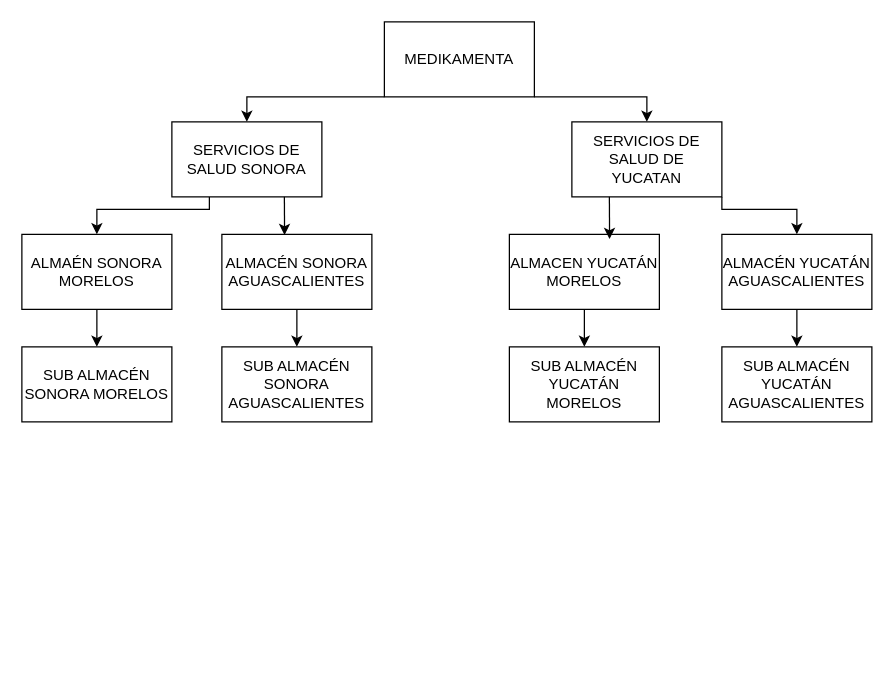
This is TraspasosF2WMS.drawio from ErnestoDanielTafoyaMolinaCYM/clases-cat-cym, a draw.io file, before an edit. Source tidied: cells renumbered, new cells numbered last; positions are measured from the earlier drawing's top-left corner, leaving out a move shared by most shapes. Both pictures are drawn from the tidied source at 125%, with x=0, y=0 at pixel (21, 21).
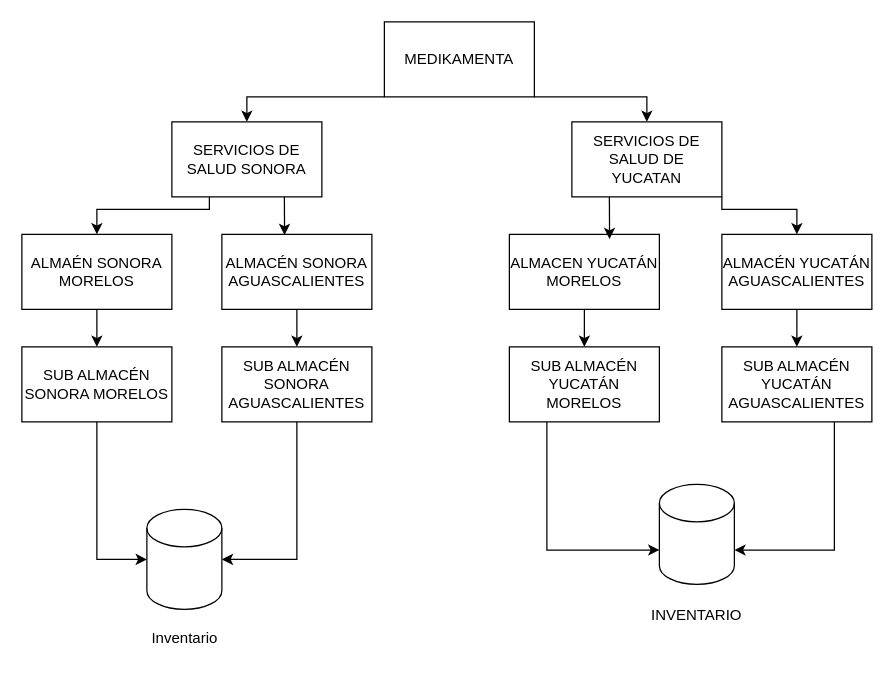
The same page after the edit.

The change refers to these unchanged cells:
```xml
<mxCell id="17" value="SUB ALMACÉN SONORA MORELOS" style="rounded=0;whiteSpace=wrap;html=1;" parent="1" vertex="1">
  <mxGeometry y="260" width="120" height="60" as="geometry" />
</mxCell>
<mxCell id="18" value="SUB ALMACÉN SONORA AGUASCALIENTES" style="rounded=0;whiteSpace=wrap;html=1;" parent="1" vertex="1">
  <mxGeometry x="160" y="260" width="120" height="60" as="geometry" />
</mxCell>
<mxCell id="19" value="SUB ALMACÉN YUCATÁN MORELOS" style="rounded=0;whiteSpace=wrap;html=1;" parent="1" vertex="1">
  <mxGeometry x="390" y="260" width="120" height="60" as="geometry" />
</mxCell>
<mxCell id="20" value="SUB ALMACÉN YUCATÁN AGUASCALIENTES" style="rounded=0;whiteSpace=wrap;html=1;" parent="1" vertex="1">
  <mxGeometry x="560" y="260" width="120" height="60" as="geometry" />
</mxCell>
```

What changed in the source:
```diff
@@
+    <mxCell id="23" style="shape=cylinder3;whiteSpace=wrap;html=1;boundedLbl=1;backgroundOutline=1;size=15;" parent="1" vertex="1">
+      <mxGeometry x="510" y="370" width="60" height="80" as="geometry" />
+    </mxCell>
+    <mxCell id="24" style="shape=cylinder3;whiteSpace=wrap;html=1;boundedLbl=1;backgroundOutline=1;size=15;" parent="1" vertex="1">
+      <mxGeometry x="100" y="390" width="60" height="80" as="geometry" />
+    </mxCell>
+    <mxCell id="25" style="edgeStyle=orthogonalEdgeStyle;rounded=0;jettySize=auto;html=1;exitX=0.5;exitY=1;exitDx=0;exitDy=0;entryX=1;entryY=0.5;entryDx=0;entryDy=0;entryPerimeter=0;" parent="1" edge="1" source="18" target="24">
+      <mxGeometry relative="1" as="geometry" />
+    </mxCell>
+    <mxCell id="26" style="edgeStyle=orthogonalEdgeStyle;rounded=0;jettySize=auto;html=1;exitX=0.5;exitY=1;exitDx=0;exitDy=0;entryX=0;entryY=0.5;entryDx=0;entryDy=0;entryPerimeter=0;" parent="1" edge="1" source="17" target="24">
+      <mxGeometry relative="1" as="geometry" />
+    </mxCell>
+    <mxCell id="27" style="edgeStyle=orthogonalEdgeStyle;rounded=0;jettySize=auto;html=1;exitX=0.75;exitY=1;exitDx=0;exitDy=0;entryX=1;entryY=0;entryDx=0;entryDy=52.5;entryPerimeter=0;" parent="1" edge="1" source="20" target="23">
+      <mxGeometry relative="1" as="geometry" />
+    </mxCell>
+    <mxCell id="28" style="edgeStyle=orthogonalEdgeStyle;rounded=0;jettySize=auto;html=1;exitX=0.25;exitY=1;exitDx=0;exitDy=0;entryX=0;entryY=0;entryDx=0;entryDy=52.5;entryPerimeter=0;" parent="1" edge="1" source="19" target="23">
+      <mxGeometry relative="1" as="geometry" />
+    </mxCell>
+    <mxCell id="29" value="Inventario" style="text;html=1;align=center;verticalAlign=middle;strokeColor=none;fillColor=none;" parent="1" vertex="1">
+      <mxGeometry x="90" y="478" width="80" height="30" as="geometry" />
+    </mxCell>
+    <mxCell id="30" value="INVENTARIO" style="text;html=1;align=center;verticalAlign=middle;whiteSpace=wrap;rounded=0;" parent="1" vertex="1">
+      <mxGeometry x="510" y="460" width="60" height="30" as="geometry" />
+    </mxCell>
```
